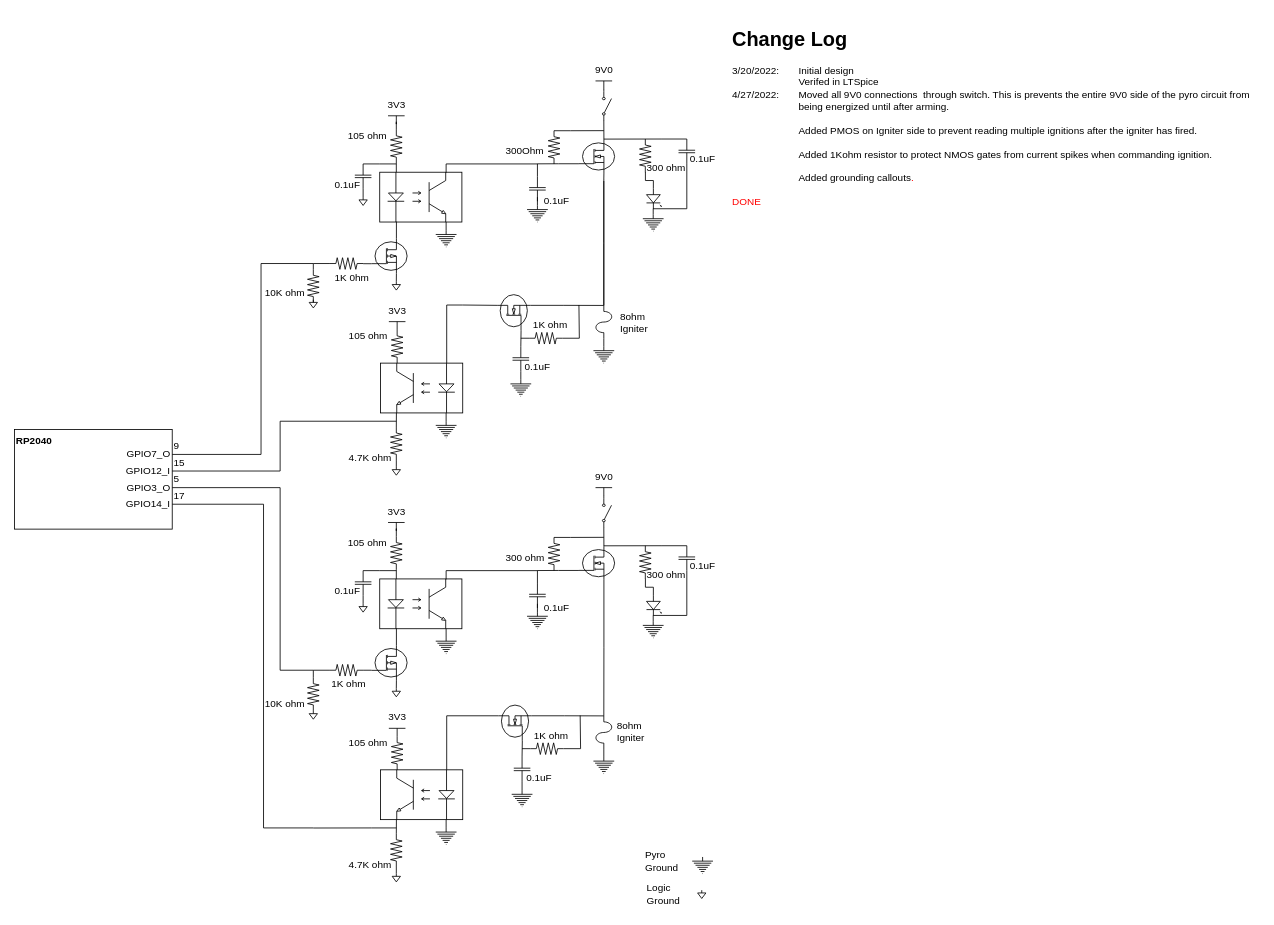
Above: page "Ignition" (11 of 11) of PleaseGoUp_RP2040.drawio in liamherlihy/pleaseGoUp (draw.io), before the change. Source tidied: cells renumbered, new cells numbered last; positions are measured from the earlier drawing's top-left corner, leaving out a move shared by most shapes. Both pictures are drawn from the tidied source at 83%, with x=0, y=0 at pixel (14, 22).
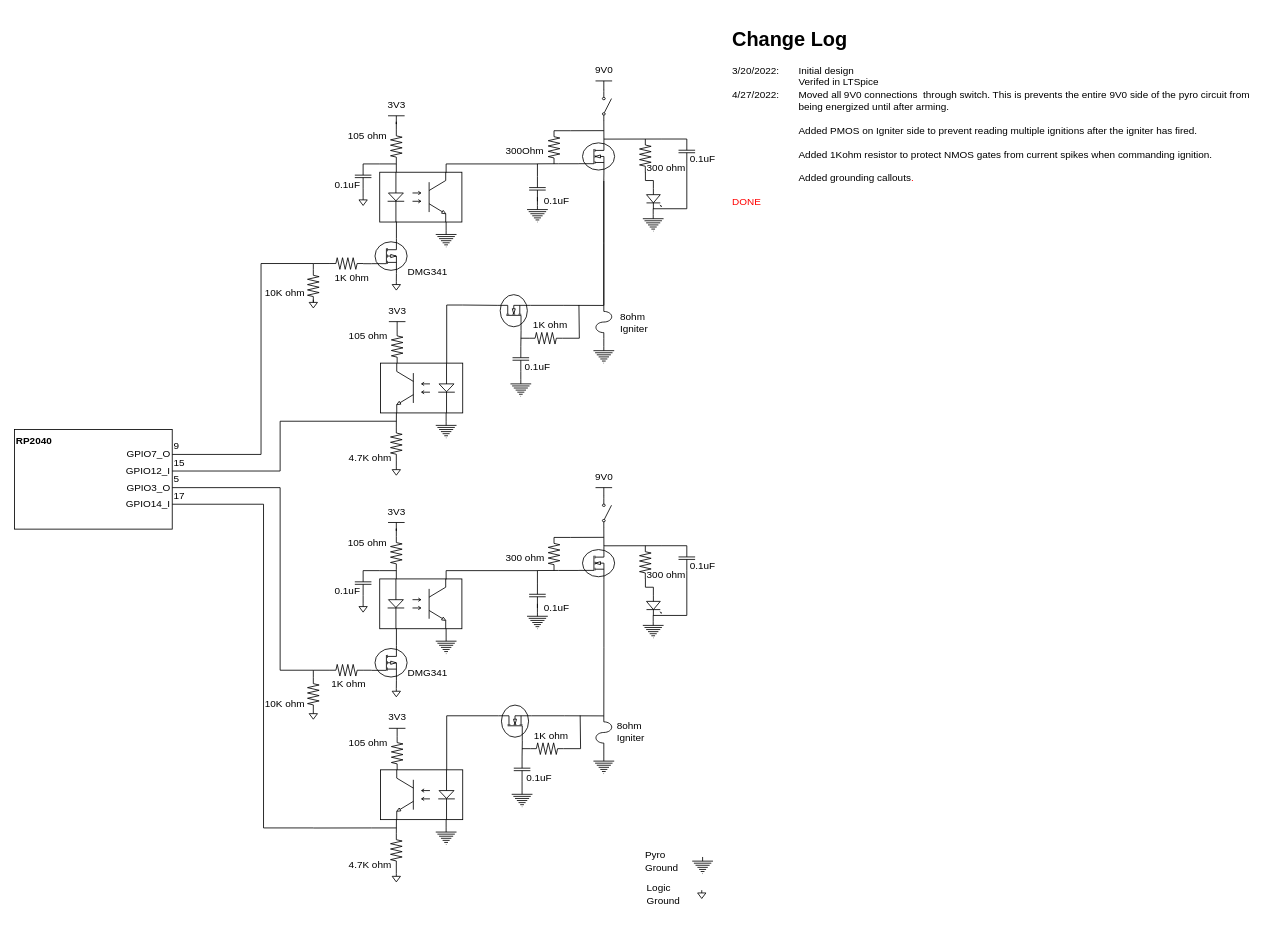
After the change.

Diff of the diagram source:
```diff
@@
+    <mxCell id="179" value="DMG341" style="text;html=1;strokeColor=none;fillColor=none;align=right;verticalAlign=middle;whiteSpace=wrap;rounded=0;" parent="1" vertex="1">
+      <mxGeometry x="473" y="773" width="51" height="20" as="geometry" />
+    </mxCell>
+    <mxCell id="180" value="DMG341" style="text;html=1;strokeColor=none;fillColor=none;align=right;verticalAlign=middle;whiteSpace=wrap;rounded=0;" parent="1" vertex="1">
+      <mxGeometry x="473" y="290" width="51" height="20" as="geometry" />
+    </mxCell>
```
